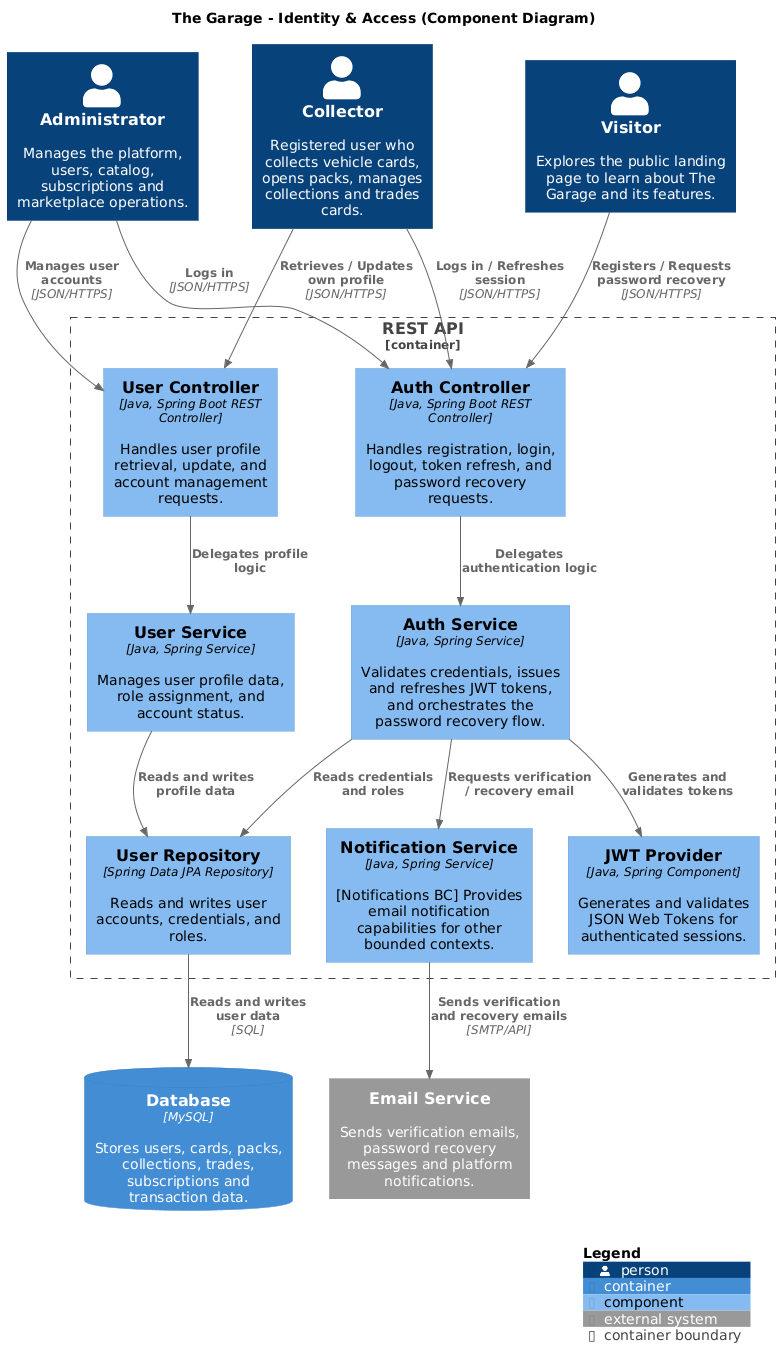
Above: exports/ComponentDiagrams/IdentityAccess-ComponentDiagram.png in the-garage-studio/the-garage-c4-model-design (PlantUML), before the change.
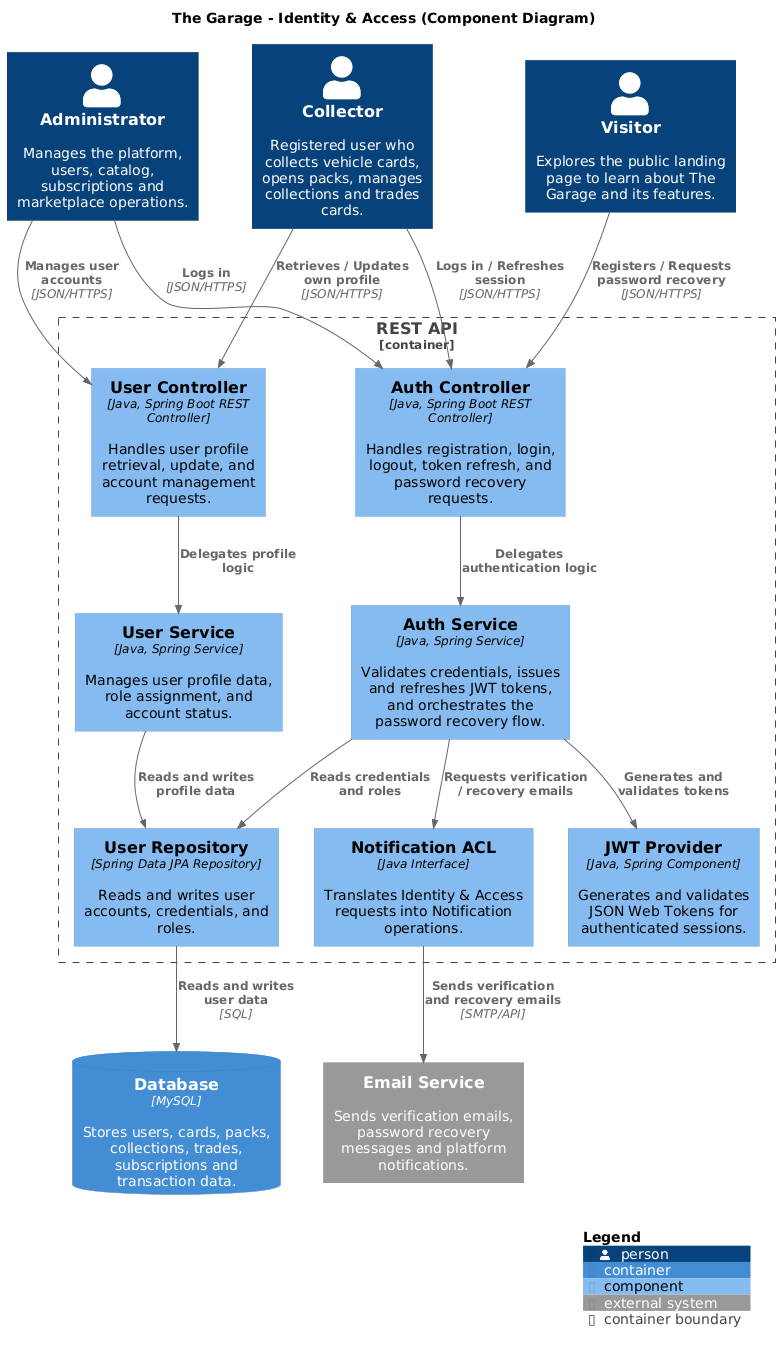
The same file after the commit.

Diff of the diagram source:
```diff
@@ -22,7 +22,7 @@
 
     Component(user_repository, "User Repository", "Spring Data JPA Repository", "Reads and writes user accounts, credentials, and roles.")
 
-    Component(notification_service, "Notification Service", "Java, Spring Service", "[Notifications BC] Provides email notification capabilities for other bounded contexts.")
+    Component(notification_acl, "Notification ACL", "Java Interface", "Translates Identity & Access requests into Notification operations.")
 
 }
 
@@ -44,8 +44,9 @@
 
 Rel(user_repository, database, "Reads and writes user data", "SQL")
 
-Rel(auth_service, notification_service, "Requests verification / recovery email")
-Rel(notification_service, email, "Sends verification and recovery emails", "SMTP/API")
+Rel(auth_service, notification_acl, "Requests verification / recovery emails")
+
+Rel(notification_acl, email, "Sends verification and recovery emails", "SMTP/API")
 
 SHOW_LEGEND()
 @enduml
```
